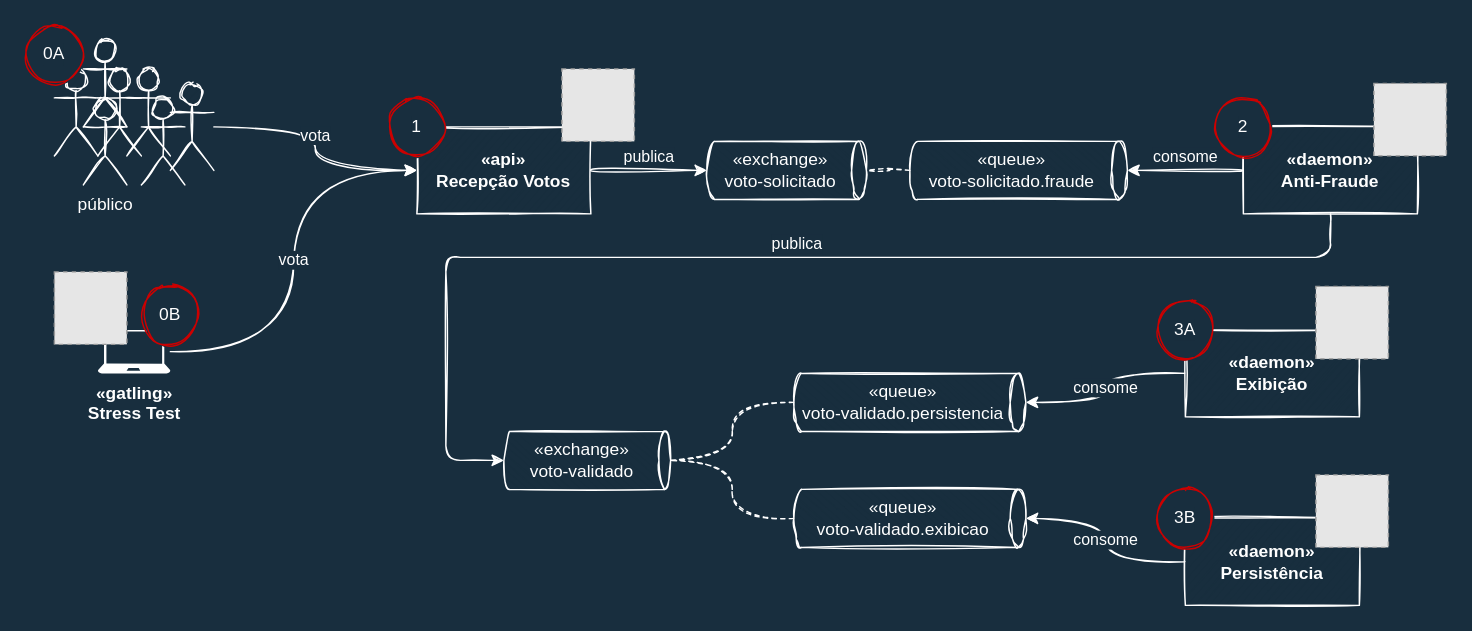
Before: docs/live-votacao.drawio in zanfranceschi/live-20220530-sistema-votacao, a draw.io diagram. Source tidied: cells renumbered, new cells numbered last; positions are measured from the earlier drawing's top-left corner, leaving out a move shared by most shapes. Both pictures are drawn from the tidied source at 145%, with x=0, y=0 at pixel (25, 25). Pictures stored in the file or linked from it are replaced by grey dashed boxes.
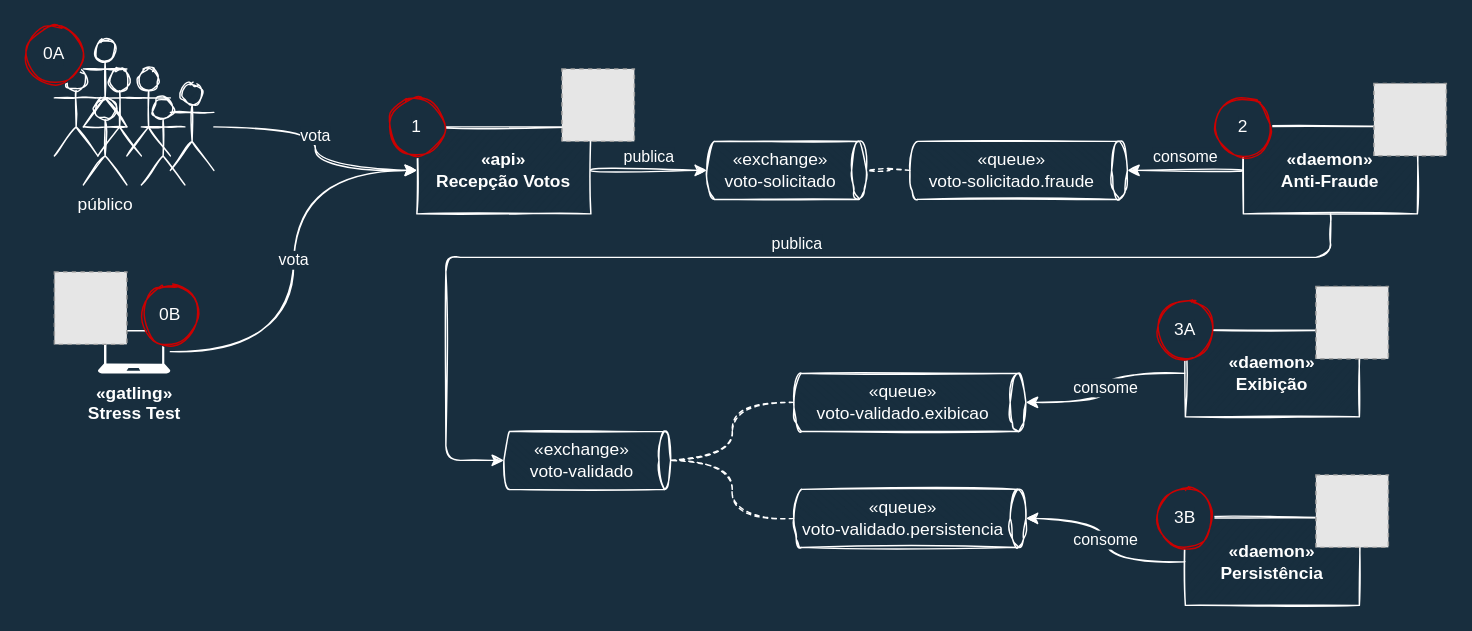
Above is the later version.

Commit message (it also covers changes not shown here):
correção do desenho

What changed in the source:
```diff
@@
-    <mxCell id="9" value="&lt;div&gt;«queue»&lt;/div&gt;voto-validado.persistencia" style="shape=cylinder3;whiteSpace=wrap;html=1;boundedLbl=1;backgroundOutline=1;size=5.413793103448143;rounded=0;sketch=1;fontColor=#FFFFFF;strokeColor=#FFFFFF;fillColor=#182E3E;direction=south;" parent="1" vertex="1">
+    <mxCell id="9" value="&lt;div&gt;«queue»&lt;/div&gt;voto-validado.exibicao" style="shape=cylinder3;whiteSpace=wrap;html=1;boundedLbl=1;backgroundOutline=1;size=5.413793103448143;rounded=0;sketch=1;fontColor=#FFFFFF;strokeColor=#FFFFFF;fillColor=#182E3E;direction=south;" parent="1" vertex="1">
       <mxGeometry x="530" y="240" width="160" height="40" as="geometry" />
     </mxCell>
@@
-    <mxCell id="11" value="&lt;div&gt;«queue»&lt;/div&gt;voto-validado.exibicao" style="shape=cylinder3;whiteSpace=wrap;html=1;boundedLbl=1;backgroundOutline=1;size=5.413793103448143;rounded=0;sketch=1;fontColor=#FFFFFF;strokeColor=#FFFFFF;fillColor=#182E3E;direction=south;" parent="1" vertex="1">
+    <mxCell id="11" value="&lt;div&gt;«queue»&lt;/div&gt;voto-validado.persistencia" style="shape=cylinder3;whiteSpace=wrap;html=1;boundedLbl=1;backgroundOutline=1;size=5.413793103448143;rounded=0;sketch=1;fontColor=#FFFFFF;strokeColor=#FFFFFF;fillColor=#182E3E;direction=south;" parent="1" vertex="1">
       <mxGeometry x="530" y="320" width="160" height="40" as="geometry" />
     </mxCell>
```
